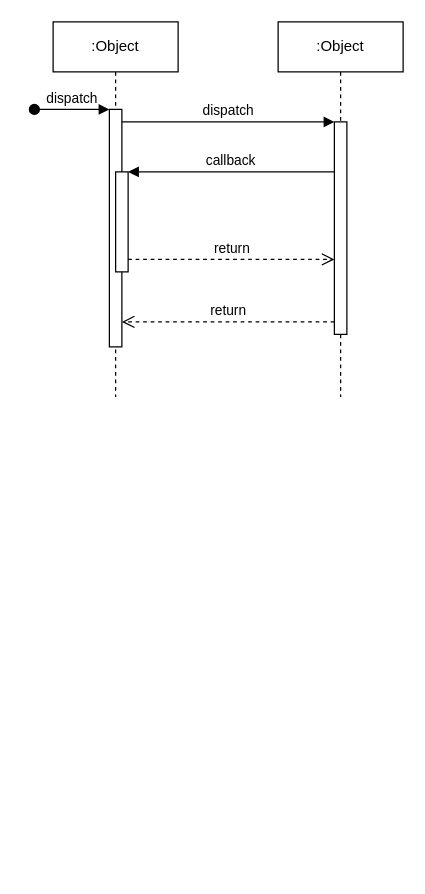
This is Sequence.drawio from huanthuytnhh/CNPM, a draw.io file, before an edit. Source tidied: cells renumbered, new cells numbered last; positions are measured from the earlier drawing's top-left corner, leaving out a move shared by most shapes. Both pictures are drawn from the tidied source at 125%, with x=0, y=0 at pixel (34, 21).
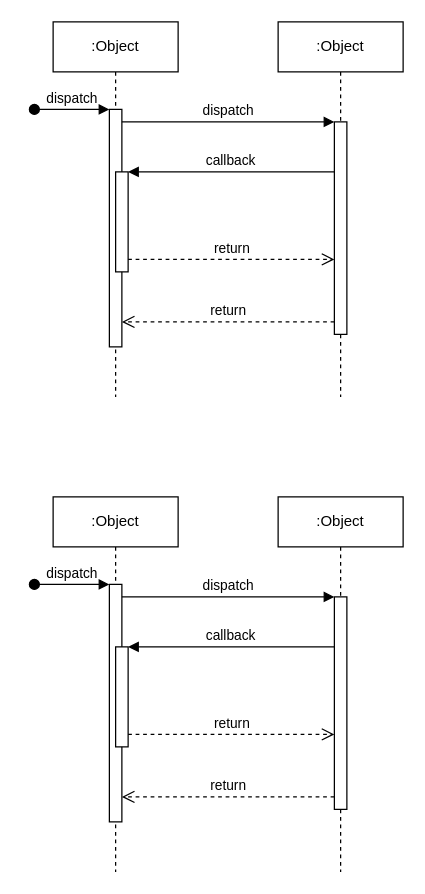
After the change.

Commit message:
Cập nhật Sequence.drawio

The edit, as a diff of the source:
```diff
@@
+    <mxCell id="12" value=":Object" style="shape=umlLifeline;perimeter=lifelinePerimeter;whiteSpace=wrap;html=1;newEdgeStyle={&quot;edgeStyle&quot;:&quot;elbowEdgeStyle&quot;,&quot;elbow&quot;:&quot;vertical&quot;,&quot;curved&quot;:0,&quot;rounded&quot;:0};" parent="1" vertex="1">
+      <mxGeometry x="15" y="380" width="100" height="300" as="geometry" />
+    </mxCell>
+    <mxCell id="13" style="html=1;points=[];perimeter=orthogonalPerimeter;outlineConnect=0;targetShapes=umlLifeline;portConstraint=eastwest;newEdgeStyle={&quot;edgeStyle&quot;:&quot;elbowEdgeStyle&quot;,&quot;elbow&quot;:&quot;vertical&quot;,&quot;curved&quot;:0,&quot;rounded&quot;:0};" parent="12" vertex="1">
+      <mxGeometry x="45" y="70" width="10" height="190" as="geometry" />
+    </mxCell>
+    <mxCell id="14" value="dispatch" style="html=1;verticalAlign=bottom;startArrow=oval;endArrow=block;startSize=8;edgeStyle=elbowEdgeStyle;elbow=vertical;curved=0;rounded=0;" parent="12" edge="1" target="13">
+      <mxGeometry relative="1" as="geometry">
+        <mxPoint x="-15" y="70" as="sourcePoint" />
+      </mxGeometry>
+    </mxCell>
+    <mxCell id="15" style="html=1;points=[];perimeter=orthogonalPerimeter;outlineConnect=0;targetShapes=umlLifeline;portConstraint=eastwest;newEdgeStyle={&quot;edgeStyle&quot;:&quot;elbowEdgeStyle&quot;,&quot;elbow&quot;:&quot;vertical&quot;,&quot;curved&quot;:0,&quot;rounded&quot;:0};" parent="12" vertex="1">
+      <mxGeometry x="50" y="120" width="10" height="80" as="geometry" />
+    </mxCell>
+    <mxCell id="16" value=":Object" style="shape=umlLifeline;perimeter=lifelinePerimeter;whiteSpace=wrap;html=1;newEdgeStyle={&quot;edgeStyle&quot;:&quot;elbowEdgeStyle&quot;,&quot;elbow&quot;:&quot;vertical&quot;,&quot;curved&quot;:0,&quot;rounded&quot;:0};" parent="1" vertex="1">
+      <mxGeometry x="195" y="380" width="100" height="300" as="geometry" />
+    </mxCell>
+    <mxCell id="17" style="html=1;points=[];perimeter=orthogonalPerimeter;outlineConnect=0;targetShapes=umlLifeline;portConstraint=eastwest;newEdgeStyle={&quot;edgeStyle&quot;:&quot;elbowEdgeStyle&quot;,&quot;elbow&quot;:&quot;vertical&quot;,&quot;curved&quot;:0,&quot;rounded&quot;:0};" parent="16" vertex="1">
+      <mxGeometry x="45" y="80" width="10" height="170" as="geometry" />
+    </mxCell>
+    <mxCell id="18" value="dispatch" style="html=1;verticalAlign=bottom;endArrow=block;edgeStyle=elbowEdgeStyle;elbow=vertical;curved=0;rounded=0;" parent="1" edge="1" source="13" target="17">
+      <mxGeometry relative="1" as="geometry">
+        <Array as="points">
+          <mxPoint x="155" y="460" />
+        </Array>
+      </mxGeometry>
+    </mxCell>
+    <mxCell id="19" value="return" style="html=1;verticalAlign=bottom;endArrow=open;dashed=1;endSize=8;edgeStyle=elbowEdgeStyle;elbow=vertical;curved=0;rounded=0;" parent="1" edge="1" source="17" target="13">
+      <mxGeometry relative="1" as="geometry">
+        <Array as="points">
+          <mxPoint x="165" y="620" />
+        </Array>
+      </mxGeometry>
+    </mxCell>
+    <mxCell id="20" value="callback" style="html=1;verticalAlign=bottom;endArrow=block;edgeStyle=elbowEdgeStyle;elbow=vertical;curved=0;rounded=0;" parent="1" edge="1" source="17" target="15">
+      <mxGeometry relative="1" as="geometry">
+        <Array as="points">
+          <mxPoint x="165" y="500" />
+        </Array>
+      </mxGeometry>
+    </mxCell>
+    <mxCell id="21" value="return" style="html=1;verticalAlign=bottom;endArrow=open;dashed=1;endSize=8;edgeStyle=elbowEdgeStyle;elbow=vertical;curved=0;rounded=0;" parent="1" edge="1" source="15" target="17">
+      <mxGeometry relative="1" as="geometry">
+        <Array as="points">
+          <mxPoint x="155" y="570" />
+        </Array>
+      </mxGeometry>
+    </mxCell>
```
